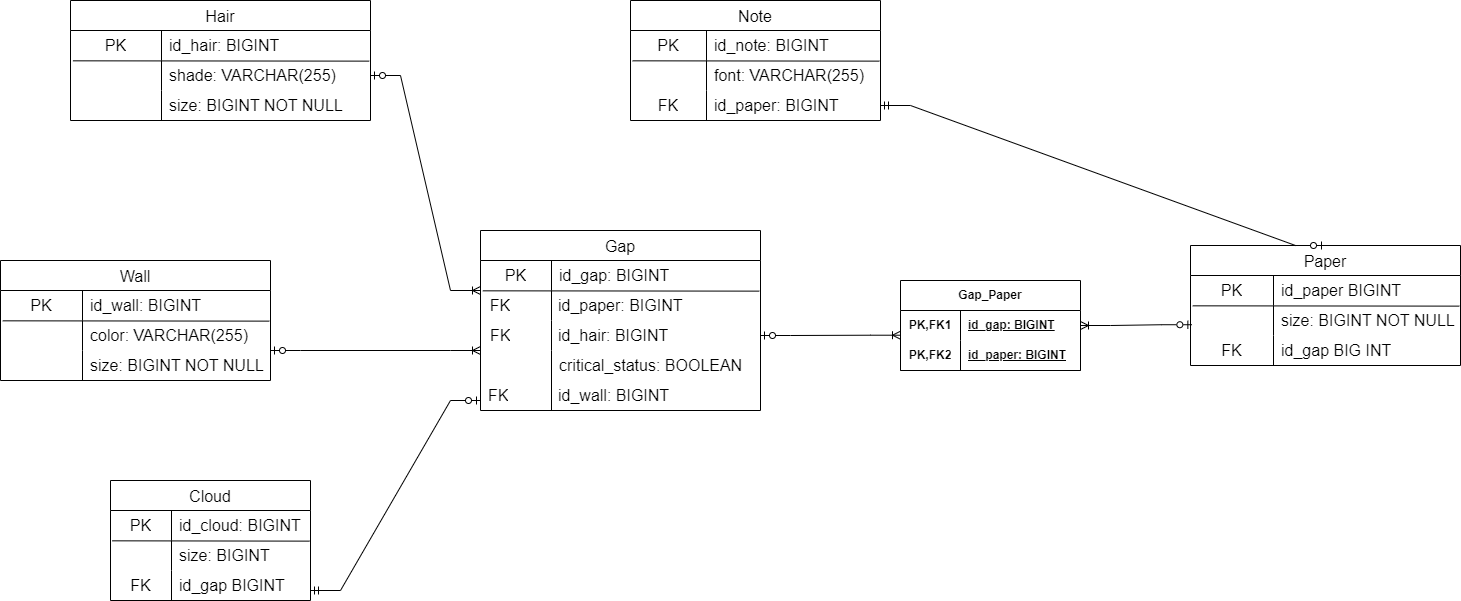
Before: Second sem/Databases/Datalogical model.png, a diagram exported from draw.io (Stt1xX/ForMyFutureJob). Source tidied: cells renumbered, new cells last; positions are measured from the earlier drawing's top-left corner, leaving out a move shared by most shapes.
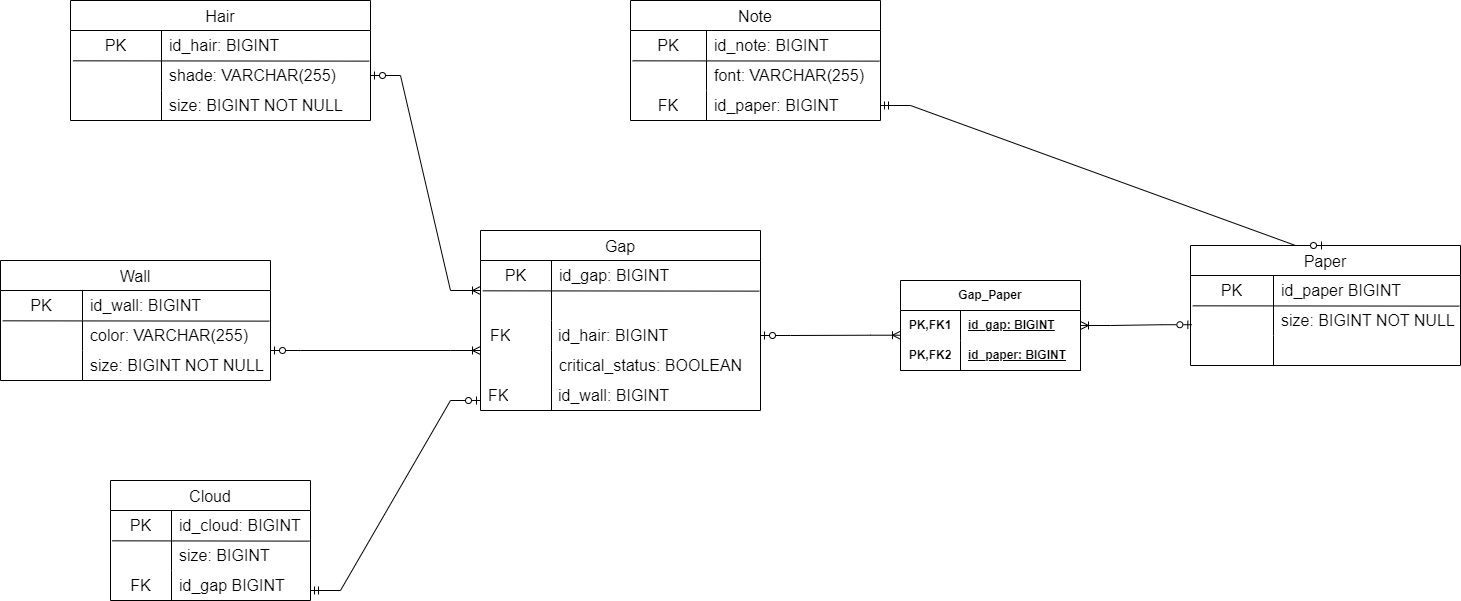
The same file after the commit.

What changed in the source:
```diff
@@ -191,10 +191,10 @@
     <mxCell id="62" style="shape=tableRow;horizontal=0;startSize=0;swimlaneHead=0;swimlaneBody=0;top=0;left=0;bottom=0;right=0;fillColor=none;strokeColor=inherit;fontSize=16;" parent="54" vertex="1">
       <mxGeometry y="90" width="270" height="30" as="geometry" />
     </mxCell>
-    <mxCell id="63" value="FK" style="shape=partialRectangle;html=1;whiteSpace=wrap;fillColor=none;top=0;left=0;bottom=0;right=0;overflow=hidden;strokeColor=inherit;fontSize=16;" parent="62" vertex="1">
+    <mxCell id="63" style="shape=partialRectangle;html=1;whiteSpace=wrap;fillColor=none;top=0;left=0;bottom=0;right=0;overflow=hidden;strokeColor=inherit;fontSize=16;" parent="62" vertex="1">
       <mxGeometry width="83" height="30" as="geometry" />
     </mxCell>
-    <mxCell id="64" value="id_gap BIG INT" style="shape=partialRectangle;html=1;whiteSpace=wrap;fillColor=none;top=0;left=0;bottom=0;right=0;align=left;spacingLeft=6;overflow=hidden;strokeColor=inherit;fontSize=16;" parent="62" vertex="1">
+    <mxCell id="64" style="shape=partialRectangle;html=1;whiteSpace=wrap;fillColor=none;top=0;left=0;bottom=0;right=0;align=left;spacingLeft=6;overflow=hidden;strokeColor=inherit;fontSize=16;" parent="62" vertex="1">
       <mxGeometry x="83" width="187" height="30" as="geometry" />
     </mxCell>
     <mxCell id="65" value="Note" style="shape=table;startSize=30;rowLines=0;fontStyle=0;strokeColor=default;fontSize=16;" parent="1" vertex="1">
@@ -245,12 +245,6 @@
         <mxPoint x="900" y="334.7" as="targetPoint" />
       </mxGeometry>
     </mxCell>
-    <mxCell id="79" value="id_paper: BIGINT" style="shape=partialRectangle;html=1;whiteSpace=wrap;fillColor=none;top=0;left=0;bottom=0;right=0;align=left;spacingLeft=6;overflow=hidden;strokeColor=inherit;fontSize=16;" parent="1" vertex="1">
-      <mxGeometry x="550" y="290" width="210" height="30" as="geometry" />
-    </mxCell>
-    <mxCell id="80" value="FK" style="shape=partialRectangle;html=1;whiteSpace=wrap;fillColor=none;top=0;left=0;bottom=0;right=0;overflow=hidden;strokeColor=inherit;fontSize=16;" parent="1" vertex="1">
-      <mxGeometry x="480" y="290" width="40" height="30" as="geometry" />
-    </mxCell>
     <mxCell id="81" style="edgeStyle=entityRelationEdgeStyle;fontSize=12;html=1;endArrow=ERoneToMany;startArrow=ERzeroToOne;rounded=0;exitX=1;exitY=0.5;exitDx=0;exitDy=0;" parent="1" edge="1" source="32">
       <mxGeometry relative="1" as="geometry">
         <mxPoint x="480" y="290" as="targetPoint" />
```
